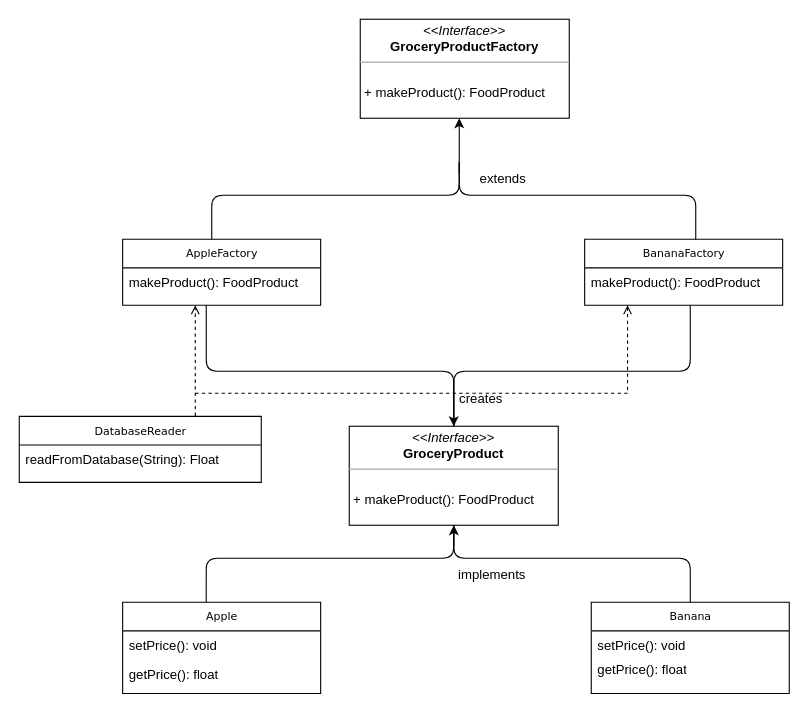
tanish1409/Design_and_Architecture_1 keeps this draw.io diagram as out/production/Design_and_Architecture_1/UML_MODEL.drawio. Above is the earlier version. Source tidied: cells renumbered, new cells numbered last; positions are measured from the earlier drawing's top-left corner, leaving out a move shared by most shapes. Both pictures are drawn from the tidied source at 110%, with x=0, y=0 at pixel (19, 19).
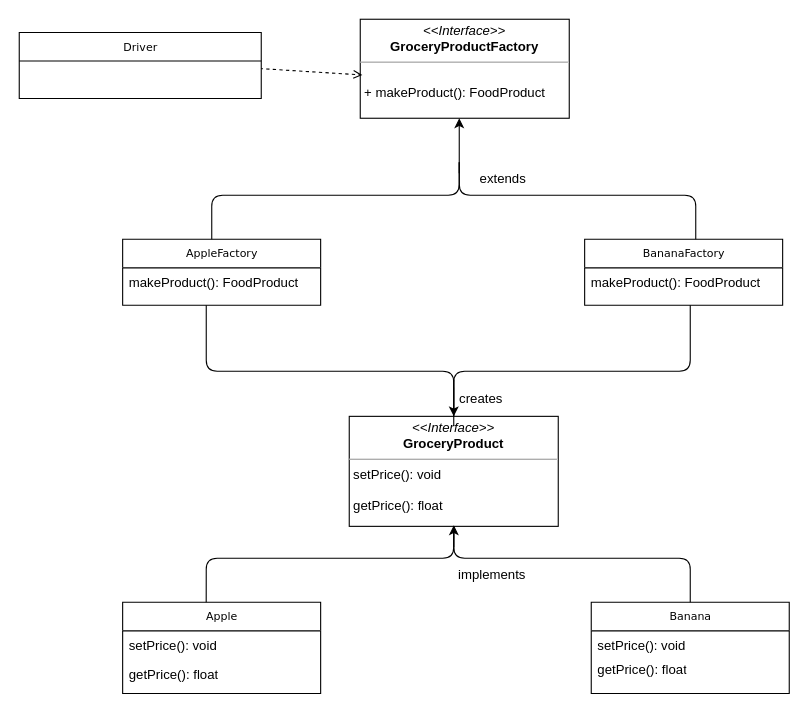
The same diagram, later.

Commit message (it also covers changes not shown here):
Fix driver class to remove the file read. and update UML.

The change refers to these unchanged cells:
```xml
<mxCell id="4" value="&lt;p style=&quot;margin:0px;margin-top:4px;text-align:center;&quot;&gt;&lt;i&gt;&amp;lt;&amp;lt;Interface&amp;gt;&amp;gt;&lt;/i&gt;&lt;br&gt;&lt;b&gt;GroceryProductFactory&lt;/b&gt;&lt;/p&gt;&lt;hr size=&quot;1&quot;&gt;&lt;p style=&quot;margin:0px;margin-left:4px;&quot;&gt;&lt;br&gt;&lt;/p&gt;&lt;p style=&quot;margin:0px;margin-left:4px;&quot;&gt;+ makeProduct(): FoodProduct&lt;br&gt;&lt;/p&gt;" style="verticalAlign=top;align=left;overflow=fill;fontSize=12;fontFamily=Helvetica;html=1;rounded=0;shadow=0;comic=0;labelBackgroundColor=none;strokeWidth=1;" parent="1" vertex="1">
  <mxGeometry x="310" width="190" height="90" as="geometry" />
</mxCell>
```

Diff of the diagram source:
```diff
@@
-    <mxCell id="7" value="&lt;p style=&quot;margin:0px;margin-top:4px;text-align:center;&quot;&gt;&lt;i&gt;&amp;lt;&amp;lt;Interface&amp;gt;&amp;gt;&lt;/i&gt;&lt;br&gt;&lt;b&gt;GroceryProduct&lt;/b&gt;&lt;/p&gt;&lt;hr size=&quot;1&quot;&gt;&lt;p style=&quot;margin:0px;margin-left:4px;&quot;&gt;&lt;br&gt;&lt;/p&gt;&lt;p style=&quot;margin:0px;margin-left:4px;&quot;&gt;+ makeProduct(): FoodProduct&lt;br&gt;&lt;/p&gt;" style="verticalAlign=top;align=left;overflow=fill;fontSize=12;fontFamily=Helvetica;html=1;rounded=0;shadow=0;comic=0;labelBackgroundColor=none;strokeWidth=1;" parent="1" vertex="1">
-      <mxGeometry x="300" y="370" width="190" height="90" as="geometry" />
+    <mxCell id="7" value="&lt;p style=&quot;margin:0px;margin-top:4px;text-align:center;&quot;&gt;&lt;i&gt;&amp;lt;&amp;lt;Interface&amp;gt;&amp;gt;&lt;/i&gt;&lt;br&gt;&lt;b&gt;GroceryProduct&lt;/b&gt;&lt;/p&gt;&lt;hr size=&quot;1&quot;&gt;&lt;p style=&quot;margin:0px;margin-left:4px;&quot;&gt;setPrice(): void&lt;br&gt;&lt;/p&gt;&lt;p style=&quot;margin:0px;margin-left:4px;&quot;&gt;&lt;br&gt;&lt;/p&gt;&lt;p style=&quot;margin:0px;margin-left:4px;&quot;&gt;getPrice(): float&lt;br&gt;&lt;/p&gt;" style="verticalAlign=top;align=left;overflow=fill;fontSize=12;fontFamily=Helvetica;html=1;rounded=0;shadow=0;comic=0;labelBackgroundColor=none;strokeWidth=1;" parent="1" vertex="1">
+      <mxGeometry x="300" y="361" width="190" height="100" as="geometry" />
     </mxCell>
@@
-    <mxCell id="25" value="DatabaseReader" style="swimlane;html=1;fontStyle=0;horizontal=1;startSize=26;fillColor=none;swimlaneFillColor=#ffffff;rounded=0;shadow=0;comic=0;labelBackgroundColor=none;strokeWidth=1;fontFamily=Verdana;fontSize=10;align=center;" parent="1" vertex="1">
-      <mxGeometry y="361" width="220" height="60" as="geometry" />
-    </mxCell>
-    <mxCell id="26" value="readFromDatabase(String): Float" style="text;html=1;strokeColor=none;fillColor=none;align=left;verticalAlign=top;spacingLeft=4;spacingRight=4;whiteSpace=wrap;overflow=hidden;" parent="25" vertex="1">
-      <mxGeometry y="26" width="220" height="26" as="geometry" />
-    </mxCell>
-    <mxCell id="27" style="endArrow=open;html=1;rounded=0;align=center;verticalAlign=bottom;dashed=1;endFill=0;labelBackgroundColor=none;exitX=0.7;exitY=-0.023;exitDx=0;exitDy=0;exitPerimeter=0;" parent="1" edge="1">
+    <mxCell id="27" style="endArrow=open;html=1;rounded=0;align=center;verticalAlign=bottom;dashed=1;endFill=0;labelBackgroundColor=none;exitX=1.007;exitY=0.286;exitDx=0;exitDy=0;exitPerimeter=0;entryX=0.01;entryY=0.563;entryDx=0;entryDy=0;entryPerimeter=0;" parent="1" edge="1" target="4">
       <mxGeometry relative="1" as="geometry">
-        <mxPoint x="160" y="360.6" as="sourcePoint" />
-        <mxPoint x="160" y="260" as="targetPoint" />
+        <mxPoint x="218.5" y="44.8" as="sourcePoint" />
       </mxGeometry>
     </mxCell>
@@
-    <mxCell id="29" style="endArrow=open;html=1;rounded=0;align=center;verticalAlign=bottom;dashed=1;endFill=0;labelBackgroundColor=none;" parent="1" edge="1">
-      <mxGeometry relative="1" as="geometry">
-        <mxPoint x="160" y="340" as="sourcePoint" />
-        <mxPoint x="553" y="260" as="targetPoint" />
-        <Array as="points">
-          <mxPoint x="553" y="340" />
-        </Array>
-      </mxGeometry>
-    </mxCell>
-    <mxCell id="30" style="html=1;align=center;verticalAlign=top;labelBackgroundColor=none;" parent="29" vertex="1">
-      <mxGeometry relative="1" as="geometry" />
-    </mxCell>
@@
+    <mxCell id="32" value="Driver" style="swimlane;html=1;fontStyle=0;horizontal=1;startSize=26;fillColor=none;swimlaneFillColor=#ffffff;rounded=0;shadow=0;comic=0;labelBackgroundColor=none;strokeWidth=1;fontFamily=Verdana;fontSize=10;align=center;" parent="1" vertex="1">
+      <mxGeometry y="12" width="220" height="60" as="geometry" />
+    </mxCell>
```
